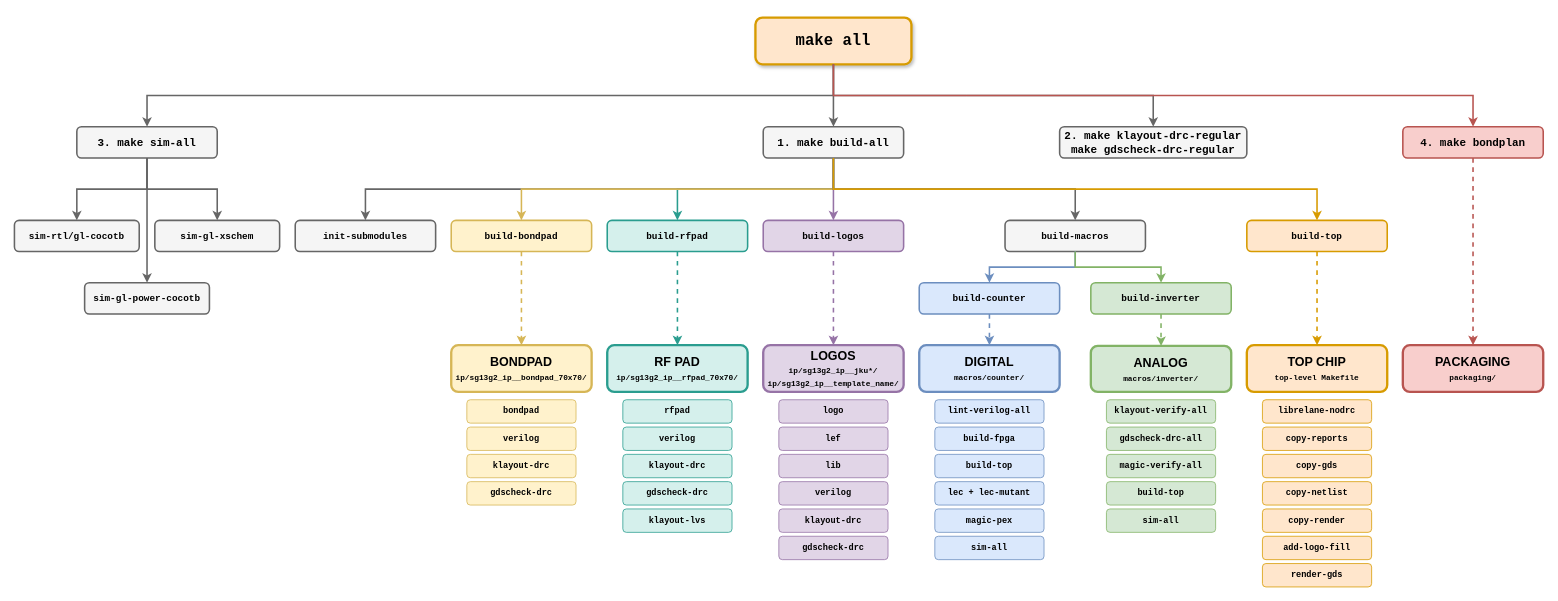
Before: tutorial/fig/targets_overview/targets_overview.drawio in iic-jku/ihp-sg13g2-ams-chip-template, a draw.io diagram. Source tidied: cells renumbered, new cells numbered last; positions are measured from the earlier drawing's top-left corner, leaving out a move shared by most shapes. Both pictures are drawn from the tidied source at 78%, with x=0, y=0 at pixel (14, 17).
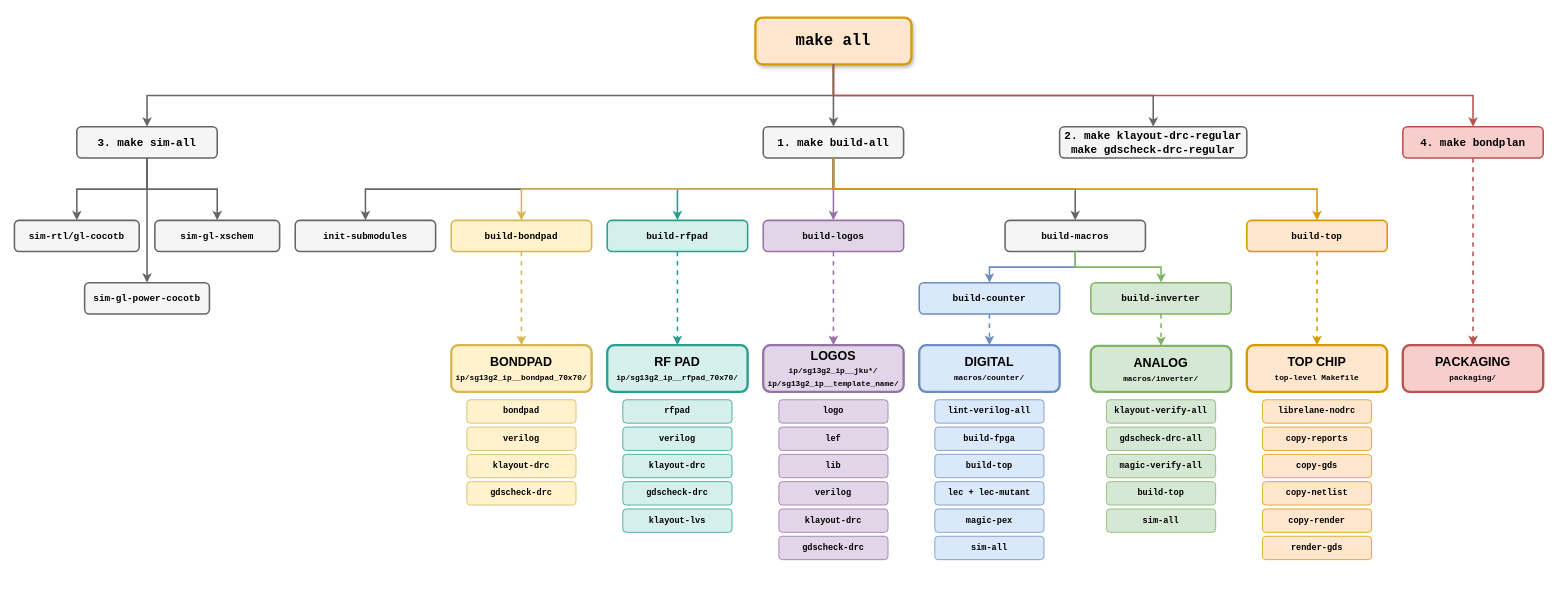
Above is the later version.

Commit message (it also covers changes not shown here):
flow: add logo and fill as LibreLane plugin steps

The edit, as a diff of the source:
```diff
@@
-    <mxCell id="58" value="&lt;font face=&quot;Courier New&quot; style=&quot;font-size: 11px;&quot;&gt;&lt;b&gt;add-logo-fill&lt;/b&gt;&lt;/font&gt;" style="rounded=1;whiteSpace=wrap;html=1;fontSize=11;fillColor=#ffe6cc;strokeColor=#d79b00;strokeWidth=1;fontStyle=0;verticalAlign=middle;sketch=0;" parent="1" vertex="1">
-      <mxGeometry x="1600" y="665" width="140" height="30" as="geometry" />
-    </mxCell>
     <mxCell id="59" value="&lt;font face=&quot;Courier New&quot; style=&quot;font-size: 11px;&quot;&gt;&lt;b&gt;render-gds&lt;/b&gt;&lt;/font&gt;" style="rounded=1;whiteSpace=wrap;html=1;fontSize=11;fillColor=#ffe6cc;strokeColor=#d79b00;strokeWidth=1;fontStyle=0;verticalAlign=middle;sketch=0;" parent="1" vertex="1">
-      <mxGeometry x="1600" y="700" width="140" height="30" as="geometry" />
+      <mxGeometry x="1600" y="665" width="140" height="30" as="geometry" />
     </mxCell>
```
